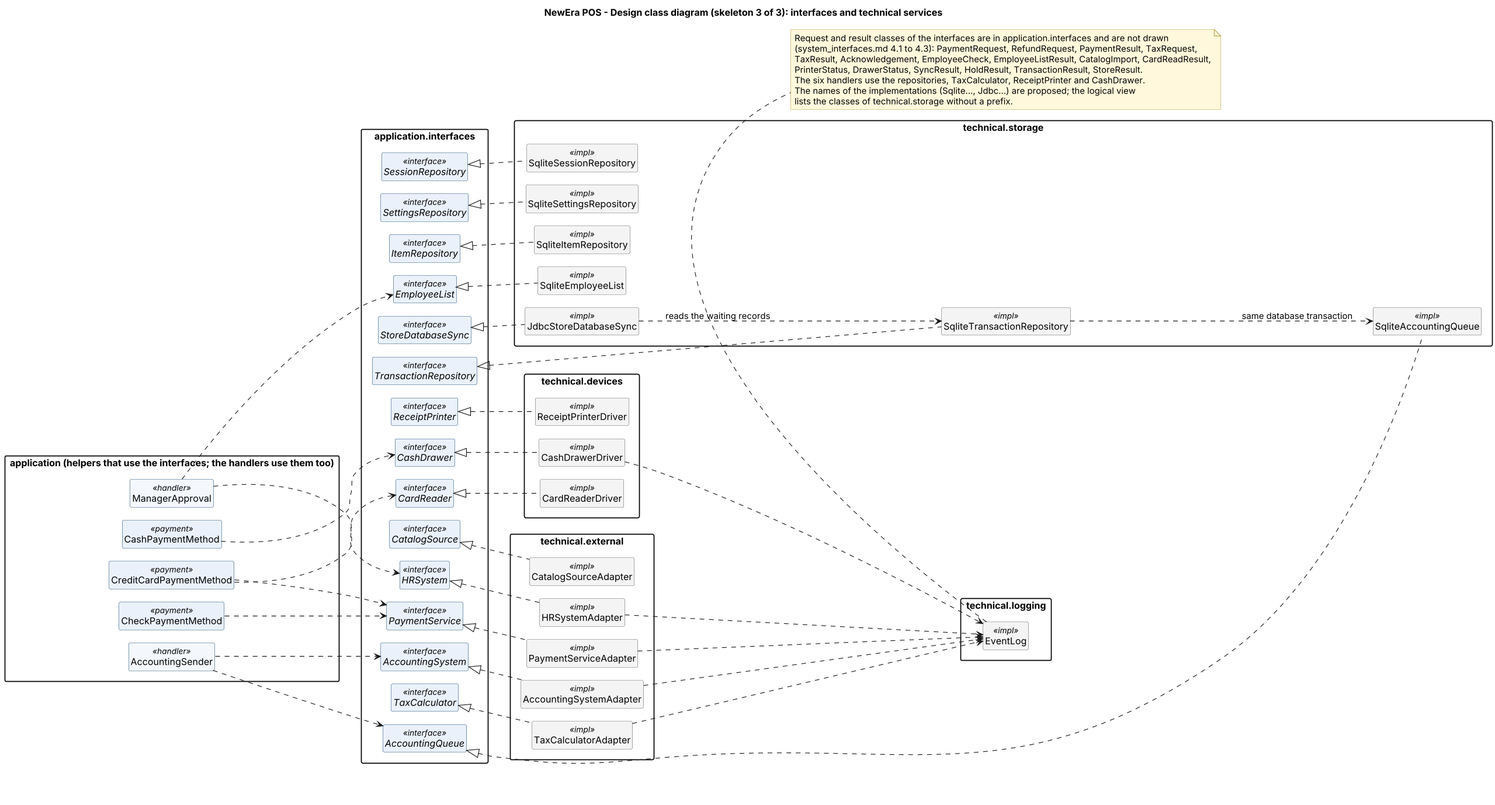
This is assets/design_classes_technical.png from bhsei/26D, a PlantUML export, as it was before one commit.
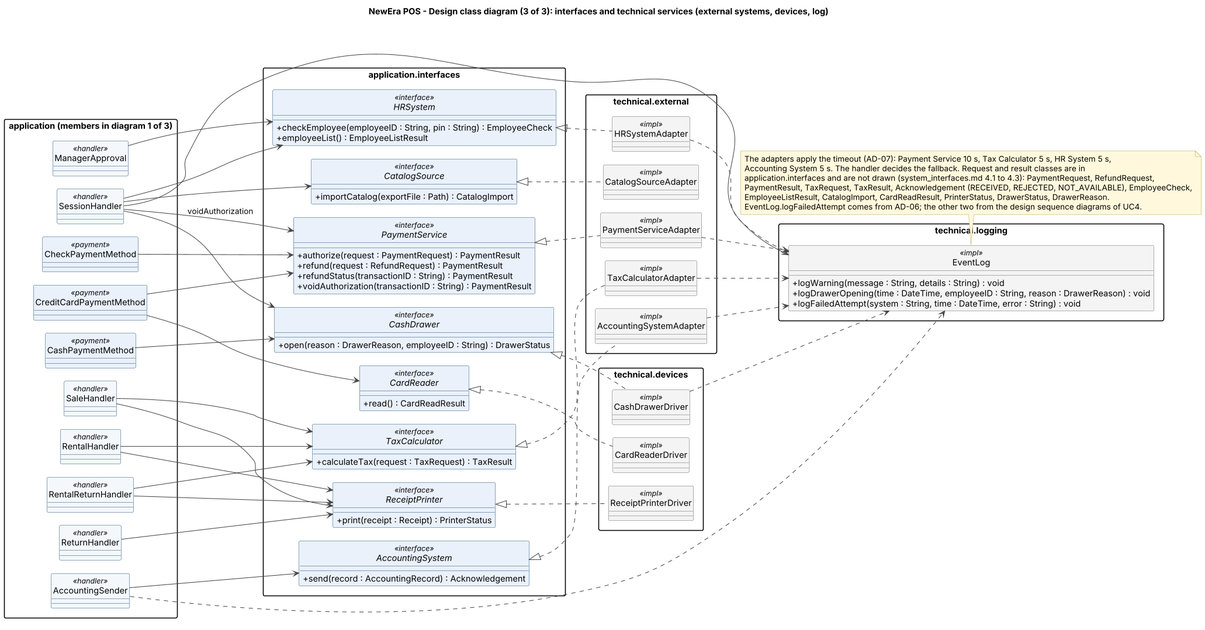
After the commit.

Commit message:
W11 - Design class diagram, external systems, devices and log; interfaces with their methods

What changed in the source:
```diff
@@ -2,37 +2,36 @@
 
 set separator none
 skinparam shadowing false
-skinparam dpi 110
+skinparam dpi 100
 skinparam defaultFontName Arial
 skinparam classAttributeIconSize 0
 skinparam packageStyle rectangle
-skinparam nodesep 20
-skinparam ranksep 60
+skinparam nodesep 22
+skinparam ranksep 45
+skinparam ArrowColor #444444
 skinparam NoteBackgroundColor #FFF8DC
 skinparam NoteBorderColor #B8A04A
 skinparam class {
-  BackgroundColor<<controller>> #EAF6EA
-  BorderColor<<controller>> #2E7D32
   BackgroundColor<<handler>> #F4F8FD
   BorderColor<<handler>> #1F4E79
   BackgroundColor<<payment>> #EAF1FB
   BorderColor<<payment>> #1F4E79
-  BackgroundColor<<domain>> #FFFFFF
-  BorderColor<<domain>> #666666
   BackgroundColor<<interface>> #EAF1FB
   BorderColor<<interface>> #1F4E79
   BackgroundColor<<impl>> #F4F4F4
   BorderColor<<impl>> #666666
-  BackgroundColor<<result>> #FFFFFF
-  BorderColor<<result>> #999999
 }
 hide circle
-hide members
 left to right direction
 
-title NewEra POS - Design class diagram (skeleton 3 of 3): interfaces and technical services
+title NewEra POS - Design class diagram (3 of 3): interfaces and technical services (external systems, devices, log)
 
-package "application (helpers that use the interfaces; the handlers use them too)" {
+package "application (members in diagram 1 of 3)" {
+  class SessionHandler <<handler>>
+  class SaleHandler <<handler>>
+  class ReturnHandler <<handler>>
+  class RentalHandler <<handler>>
+  class RentalReturnHandler <<handler>>
   class ManagerApproval <<handler>>
   class AccountingSender <<handler>>
   class CashPaymentMethod <<payment>>
@@ -41,21 +40,34 @@
 }
 
 package "application.interfaces" {
-  interface PaymentService <<interface>>
-  interface TaxCalculator <<interface>>
-  interface AccountingSystem <<interface>>
-  interface HRSystem <<interface>>
-  interface CatalogSource <<interface>>
-  interface CardReader <<interface>>
-  interface ReceiptPrinter <<interface>>
-  interface CashDrawer <<interface>>
-  interface TransactionRepository <<interface>>
-  interface SessionRepository <<interface>>
-  interface SettingsRepository <<interface>>
-  interface ItemRepository <<interface>>
-  interface EmployeeList <<interface>>
-  interface AccountingQueue <<interface>>
-  interface StoreDatabaseSync <<interface>>
+  interface PaymentService <<interface>> {
+    + authorize(request : PaymentRequest) : PaymentResult
+    + refund(request : RefundRequest) : PaymentResult
+    + refundStatus(transactionID : String) : PaymentResult
+    + voidAuthorization(transactionID : String) : PaymentResult
+  }
+  interface TaxCalculator <<interface>> {
+    + calculateTax(request : TaxRequest) : TaxResult
+  }
+  interface AccountingSystem <<interface>> {
+    + send(record : AccountingRecord) : Acknowledgement
+  }
+  interface HRSystem <<interface>> {
+    + checkEmployee(employeeID : String, pin : String) : EmployeeCheck
+    + employeeList() : EmployeeListResult
+  }
+  interface CatalogSource <<interface>> {
+    + importCatalog(exportFile : Path) : CatalogImport
+  }
+  interface CardReader <<interface>> {
+    + read() : CardReadResult
+  }
+  interface ReceiptPrinter <<interface>> {
+    + print(receipt : Receipt) : PrinterStatus
+  }
+  interface CashDrawer <<interface>> {
+    + open(reason : DrawerReason, employeeID : String) : DrawerStatus
+  }
 }
 
 package "technical.external" {
@@ -65,25 +77,17 @@
   class HRSystemAdapter <<impl>>
   class CatalogSourceAdapter <<impl>>
 }
-
 package "technical.devices" {
   class CardReaderDriver <<impl>>
   class ReceiptPrinterDriver <<impl>>
   class CashDrawerDriver <<impl>>
 }
-
-package "technical.storage" {
-  class SqliteTransactionRepository <<impl>>
-  class SqliteSessionRepository <<impl>>
-  class SqliteSettingsRepository <<impl>>
-  class SqliteItemRepository <<impl>>
-  class SqliteEmployeeList <<impl>>
-  class SqliteAccountingQueue <<impl>>
-  class JdbcStoreDatabaseSync <<impl>>
-}
-
 package "technical.logging" {
-  class EventLog <<impl>>
+  class EventLog <<impl>> {
+    + logWarning(message : String, details : String) : void
+    + logDrawerOpening(time : DateTime, employeeID : String, reason : DrawerReason) : void
+    + logFailedAttempt(system : String, time : DateTime, error : String) : void
+  }
 }
 
 PaymentService <|.. PaymentServiceAdapter
@@ -94,38 +98,39 @@
 CardReader <|.. CardReaderDriver
 ReceiptPrinter <|.. ReceiptPrinterDriver
 CashDrawer <|.. CashDrawerDriver
-TransactionRepository <|.. SqliteTransactionRepository
-SessionRepository <|.. SqliteSessionRepository
-SettingsRepository <|.. SqliteSettingsRepository
-ItemRepository <|.. SqliteItemRepository
-EmployeeList <|.. SqliteEmployeeList
-AccountingQueue <|.. SqliteAccountingQueue
-StoreDatabaseSync <|.. JdbcStoreDatabaseSync
 
-AccountingSender ..> AccountingSystem
-AccountingSender ..> AccountingQueue
-ManagerApproval ..> HRSystem
-ManagerApproval ..> EmployeeList
-CreditCardPaymentMethod ..> PaymentService
-CreditCardPaymentMethod ..> CardReader
-CheckPaymentMethod ..> PaymentService
-CashPaymentMethod ..> CashDrawer
+SessionHandler --> CatalogSource
+SessionHandler --> HRSystem
+SessionHandler --> PaymentService : voidAuthorization
+SessionHandler --> CashDrawer
+SessionHandler --> EventLog
+SaleHandler --> TaxCalculator
+SaleHandler --> ReceiptPrinter
+RentalHandler --> TaxCalculator
+RentalHandler --> ReceiptPrinter
+RentalReturnHandler --> TaxCalculator
+RentalReturnHandler --> ReceiptPrinter
+ReturnHandler --> ReceiptPrinter
+ManagerApproval --> HRSystem
+AccountingSender --> AccountingSystem
+CreditCardPaymentMethod --> PaymentService
+CreditCardPaymentMethod --> CardReader
+CheckPaymentMethod --> PaymentService
+CashPaymentMethod --> CashDrawer
 
-SqliteTransactionRepository ..> SqliteAccountingQueue : same database transaction
-JdbcStoreDatabaseSync ..> SqliteTransactionRepository : reads the waiting records
 PaymentServiceAdapter ..> EventLog
 AccountingSystemAdapter ..> EventLog
 HRSystemAdapter ..> EventLog
 TaxCalculatorAdapter ..> EventLog
 CashDrawerDriver ..> EventLog
+AccountingSender ..> EventLog
 
 note bottom of EventLog
-  Request and result classes of the interfaces are in application.interfaces and are not drawn
-  (system_interfaces.md 4.1 to 4.3): PaymentRequest, RefundRequest, PaymentResult, TaxRequest,
-  TaxResult, Acknowledgement, EmployeeCheck, EmployeeListResult, CatalogImport, CardReadResult,
-  PrinterStatus, DrawerStatus, SyncResult, HoldResult, TransactionResult, StoreResult.
-  The six handlers use the repositories, TaxCalculator, ReceiptPrinter and CashDrawer.
-  The names of the implementations (Sqlite..., Jdbc...) are proposed; the logical view
-  lists the classes of technical.storage without a prefix.
+  The adapters apply the timeout (AD-07): Payment Service 10 s, Tax Calculator 5 s, HR System 5 s,
+  Accounting System 5 s. The handler decides the fallback. Request and result classes are in
+  application.interfaces and are not drawn (system_interfaces.md 4.1 to 4.3): PaymentRequest, RefundRequest,
+  PaymentResult, TaxRequest, TaxResult, Acknowledgement (RECEIVED, REJECTED, NOT_AVAILABLE), EmployeeCheck,
+  EmployeeListResult, CatalogImport, CardReadResult, PrinterStatus, DrawerStatus, DrawerReason.
+  EventLog.logFailedAttempt comes from AD-06; the other two from the design sequence diagrams of UC4.
 end note
 @enduml
```
